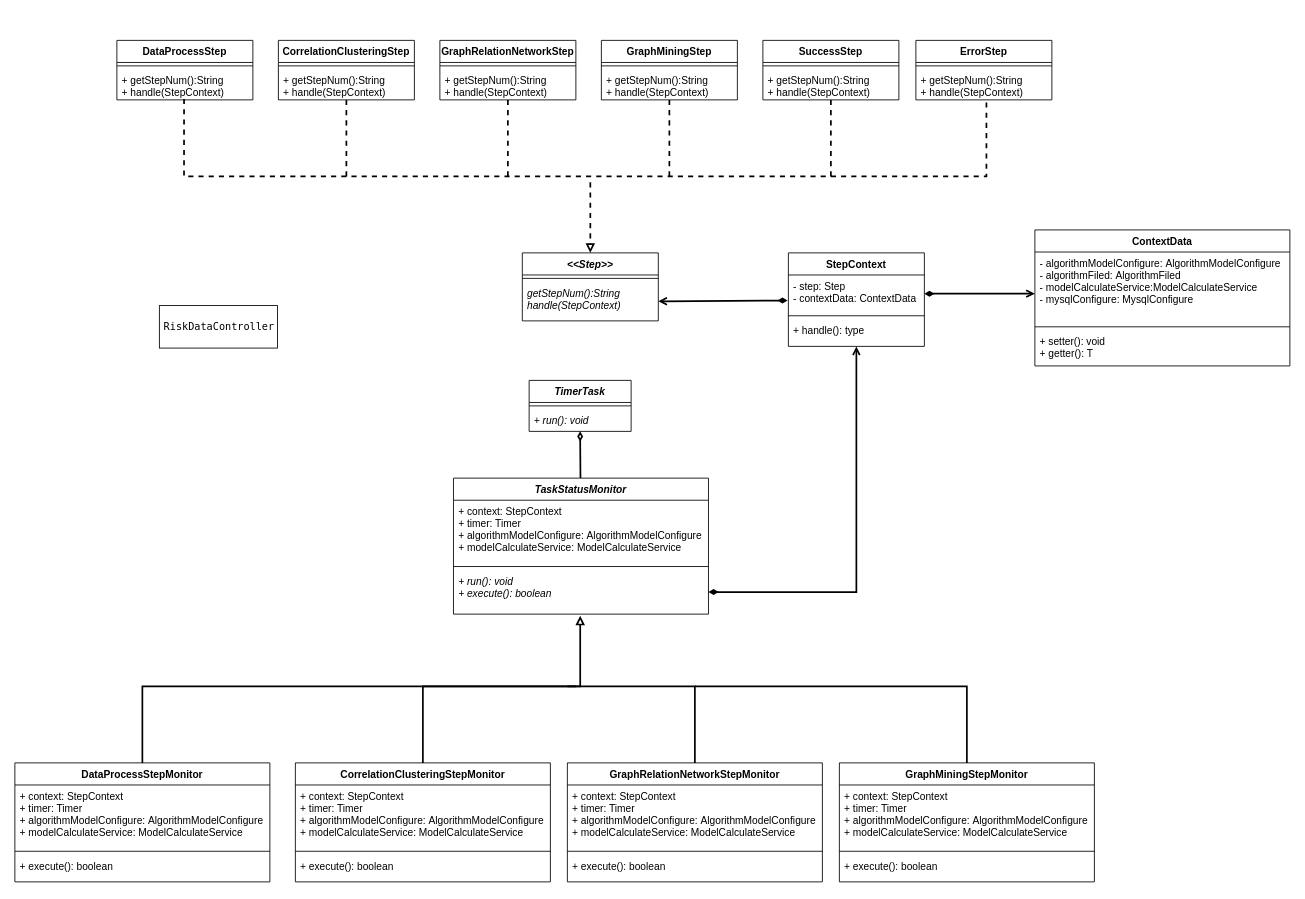
Earlier version of the draw.io diagram nevermore类图.drawio (gumuqi/draw.io). Source tidied: cells renumbered, new cells numbered last; positions are measured from the earlier drawing's top-left corner, leaving out a move shared by most shapes. Both pictures are drawn from the tidied source at 85%, with x=0, y=0 at pixel (14, 40).
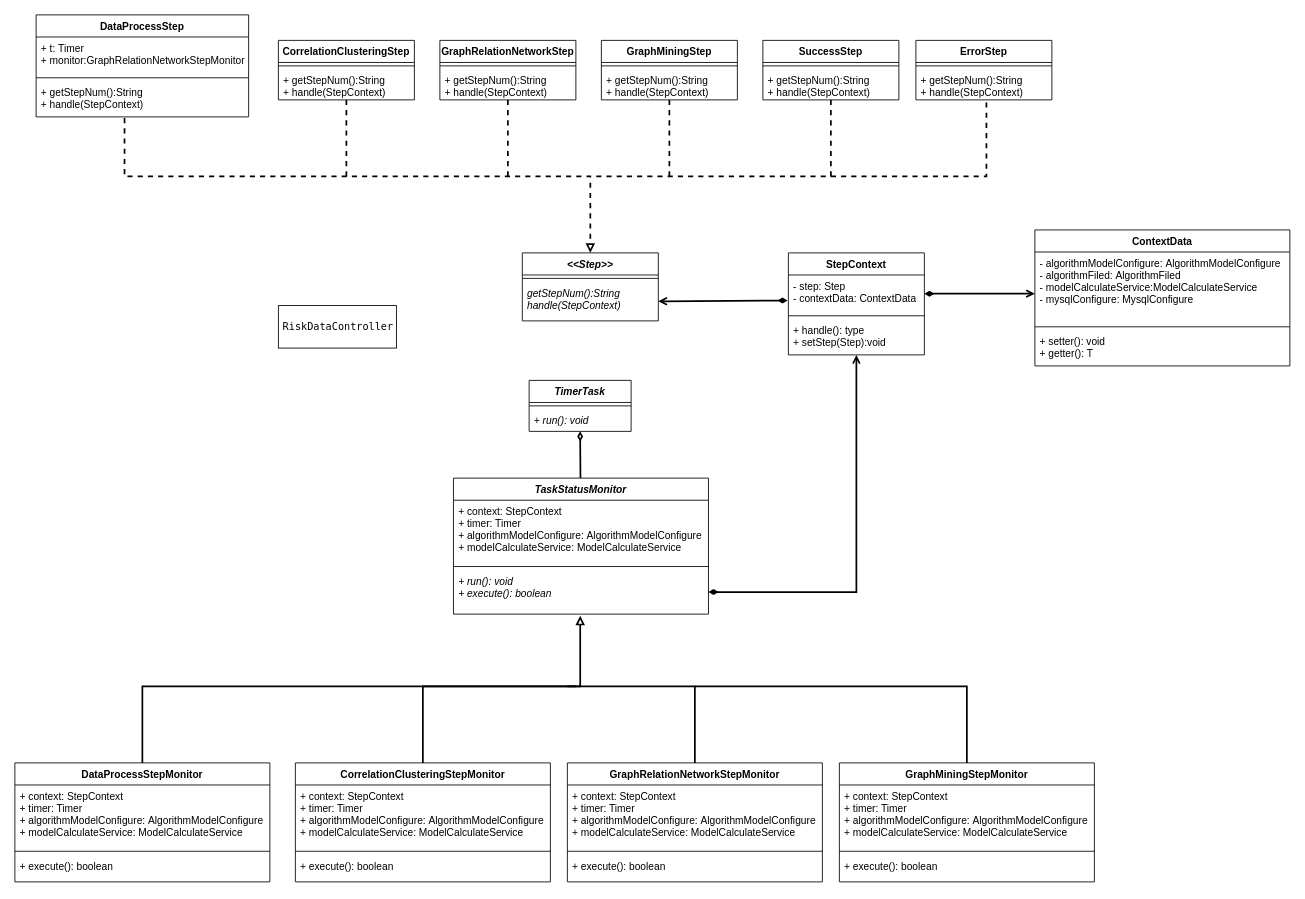
Above is the later version.

The change refers to these unchanged cells:
```xml
<mxCell id="29" value="&lt;&lt;Step&gt;&gt;" style="swimlane;fontStyle=3;align=center;verticalAlign=top;horizontal=1;startSize=26;" parent="1" vertex="1">
  <mxGeometry x="597" y="250" width="160" height="80" as="geometry" />
</mxCell>
```

Change to the diagram source:
```diff
@@
-    <mxCell id="2" style="rounded=0;jettySize=auto;html=1;entryX=0.5;entryY=0;entryDx=0;entryDy=0;dashed=1;endArrow=block;endFill=0;strokeWidth=2;exitX=0.494;exitY=0.972;exitDx=0;exitDy=0;exitPerimeter=0;edgeStyle=orthogonalEdgeStyle;" parent="1" edge="1" source="8" target="29">
-      <mxGeometry relative="1" as="geometry" />
+    <mxCell id="2" style="rounded=0;jettySize=auto;html=1;entryX=0.5;entryY=0;entryDx=0;entryDy=0;dashed=1;endArrow=block;endFill=0;strokeWidth=2;edgeStyle=orthogonalEdgeStyle;exitX=0.416;exitY=1.035;exitDx=0;exitDy=0;exitPerimeter=0;" parent="1" edge="1" source="8" target="29">
+      <mxGeometry relative="1" as="geometry">
+        <Array as="points">
+          <mxPoint x="129" y="160" />
+          <mxPoint x="677" y="160" />
+        </Array>
+      </mxGeometry>
     </mxCell>
@@
-    <mxCell id="6" value="DataProcessStep" style="swimlane;fontStyle=1;align=center;verticalAlign=top;horizontal=1;startSize=26;" parent="1" vertex="1">
-      <mxGeometry x="120" width="160" height="70" as="geometry" />
-    </mxCell>
-    <mxCell id="7" style="line;strokeWidth=1;fillColor=none;align=left;verticalAlign=middle;spacingTop=-1;spacingLeft=3;spacingRight=3;labelPosition=right;" parent="6" vertex="1">
-      <mxGeometry y="26" width="160" height="8" as="geometry" />
-    </mxCell>
-    <mxCell id="8" value="+ getStepNum():String&#10;+ handle(StepContext)" style="text;strokeColor=none;fillColor=none;align=left;verticalAlign=top;spacingLeft=4;spacingRight=4;overflow=hidden;points=[[0,0.5],[1,0.5]];portConstraint=eastwest;" parent="6" vertex="1">
-      <mxGeometry y="34" width="160" height="36" as="geometry" />
-    </mxCell>
@@
     <mxCell id="32" value="StepContext" style="swimlane;fontStyle=1;align=center;verticalAlign=top;horizontal=1;startSize=26;" parent="1" vertex="1">
-      <mxGeometry x="910" y="250" width="160" height="110" as="geometry" />
+      <mxGeometry x="910" y="250" width="160" height="120" as="geometry" />
     </mxCell>
@@
-    <mxCell id="35" value="+ handle(): type" style="text;strokeColor=none;fillColor=none;align=left;verticalAlign=top;spacingLeft=4;spacingRight=4;overflow=hidden;points=[[0,0.5],[1,0.5]];portConstraint=eastwest;" parent="32" vertex="1">
-      <mxGeometry y="78" width="160" height="32" as="geometry" />
+    <mxCell id="35" value="+ handle(): type&#10;+ setStep(Step):void" style="text;strokeColor=none;fillColor=none;align=left;verticalAlign=top;spacingLeft=4;spacingRight=4;overflow=hidden;points=[[0,0.5],[1,0.5]];portConstraint=eastwest;" parent="32" vertex="1">
+      <mxGeometry y="78" width="160" height="42" as="geometry" />
     </mxCell>
@@
+    <mxCell id="6" value="DataProcessStep" style="swimlane;fontStyle=1;align=center;verticalAlign=top;horizontal=1;startSize=26;" parent="1" vertex="1">
+      <mxGeometry x="25" y="-30" width="250" height="120" as="geometry" />
+    </mxCell>
+    <mxCell id="69" value="+ t: Timer&#10;+ monitor:GraphRelationNetworkStepMonitor&#10;" style="text;strokeColor=none;fillColor=none;align=left;verticalAlign=top;spacingLeft=4;spacingRight=4;overflow=hidden;" parent="6" vertex="1">
+      <mxGeometry y="26" width="250" height="44" as="geometry" />
+    </mxCell>
+    <mxCell id="70" style="line;strokeWidth=1;fillColor=none;align=left;verticalAlign=middle;spacingTop=-1;spacingLeft=3;spacingRight=3;labelPosition=right;" parent="6" vertex="1">
+      <mxGeometry y="70" width="250" height="8" as="geometry" />
+    </mxCell>
+    <mxCell id="8" value="+ getStepNum():String&#10;+ handle(StepContext)" style="text;strokeColor=none;fillColor=none;align=left;verticalAlign=top;spacingLeft=4;spacingRight=4;overflow=hidden;points=[[0,0.5],[1,0.5]];portConstraint=eastwest;" parent="6" vertex="1">
+      <mxGeometry y="78" width="250" height="42" as="geometry" />
+    </mxCell>
@@
     <mxCell id="68" value="&lt;pre style=&quot;font-family: &amp;#34;menlo&amp;#34; ; font-size: 9pt&quot;&gt;RiskDataController&lt;/pre&gt;" style="html=1;" parent="1" vertex="1">
-      <mxGeometry x="170" y="312" width="139" height="50" as="geometry" />
+      <mxGeometry x="310" y="312" width="139" height="50" as="geometry" />
     </mxCell>
```
